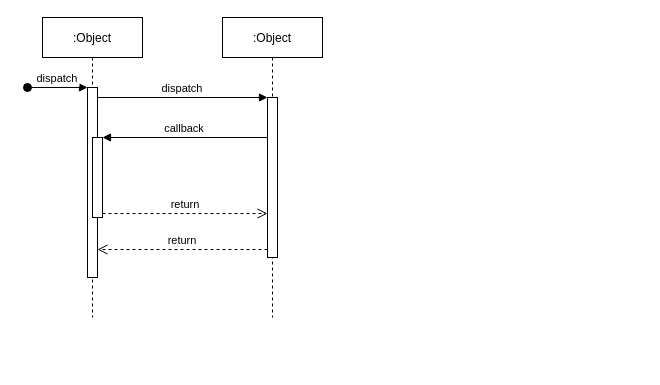
Hanandrof/Group-3-Repository keeps this draw.io diagram as Deliverables/Week_3/Use_Case/No_Account/Sequence Diagrams/NoAccountSignUp.drawio. Above is the earlier version. Source tidied: cells renumbered, new cells numbered last; positions are measured from the earlier drawing's top-left corner, leaving out a move shared by most shapes. Both pictures are drawn from the tidied source at 100%, with x=0, y=0 at pixel (27, 17).
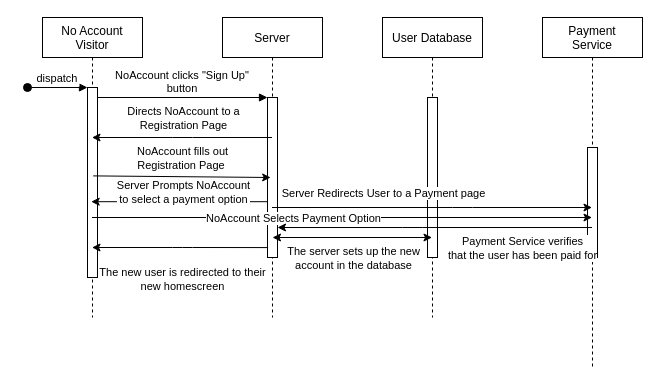
The same diagram, later.

The change refers to these unchanged cells:
```xml
<mxCell id="3" style="points=[];perimeter=orthogonalPerimeter;rounded=0;shadow=0;strokeWidth=1;" parent="2" vertex="1">
  <mxGeometry x="45" y="70" width="10" height="190" as="geometry" />
</mxCell>
<mxCell id="7" style="points=[];perimeter=orthogonalPerimeter;rounded=0;shadow=0;strokeWidth=1;" parent="6" vertex="1">
  <mxGeometry x="45" y="80" width="10" height="160" as="geometry" />
</mxCell>
```

Change to the diagram source:
```diff
@@
-    <mxCell id="2" value=":Object" style="shape=umlLifeline;perimeter=lifelinePerimeter;rounded=0;shadow=0;strokeWidth=1;" parent="1" vertex="1">
+    <mxCell id="2" value="No Account &#10;Visitor" style="shape=umlLifeline;perimeter=lifelinePerimeter;rounded=0;shadow=0;strokeWidth=1;" parent="1" vertex="1">
       <mxGeometry x="15" width="100" height="300" as="geometry" />
     </mxCell>
@@
-    <mxCell id="5" style="points=[];perimeter=orthogonalPerimeter;rounded=0;shadow=0;strokeWidth=1;" parent="2" vertex="1">
-      <mxGeometry x="50" y="120" width="10" height="80" as="geometry" />
-    </mxCell>
-    <mxCell id="6" value=":Object" style="shape=umlLifeline;perimeter=lifelinePerimeter;rounded=0;shadow=0;strokeWidth=1;" parent="1" vertex="1">
+    <mxCell id="6" value="Server" style="shape=umlLifeline;perimeter=lifelinePerimeter;rounded=0;shadow=0;strokeWidth=1;" parent="1" vertex="1">
       <mxGeometry x="195" width="100" height="300" as="geometry" />
     </mxCell>
@@
+    <mxCell id="9" value="NoAccount clicks &quot;Sign Up&quot;&#10;button" style="verticalAlign=bottom;endArrow=block;entryX=0;entryY=0;shadow=0;strokeWidth=1;" parent="1" edge="1" source="3" target="7">
+      <mxGeometry relative="1" as="geometry" />
+    </mxCell>
+    <mxCell id="12" value="User Database" style="shape=umlLifeline;perimeter=lifelinePerimeter;rounded=0;shadow=0;strokeWidth=1;" parent="1" vertex="1">
+      <mxGeometry x="355" width="100" height="300" as="geometry" />
+    </mxCell>
+    <mxCell id="13" style="perimeter=orthogonalPerimeter;rounded=0;shadow=0;strokeWidth=1;" parent="12" vertex="1">
+      <mxGeometry x="45" y="80" width="10" height="160" as="geometry" />
+    </mxCell>
+    <mxCell id="14" value="Payment &#10;Service" style="shape=umlLifeline;perimeter=lifelinePerimeter;rounded=0;shadow=0;strokeWidth=1;" parent="1" vertex="1">
+      <mxGeometry x="515" width="100" height="350" as="geometry" />
+    </mxCell>
+    <mxCell id="15" style="perimeter=orthogonalPerimeter;rounded=0;shadow=0;strokeWidth=1;" parent="14" vertex="1">
+      <mxGeometry x="45" y="130" width="10" height="110" as="geometry" />
+    </mxCell>
+    <mxCell id="16" style="endArrow=classic;html=1;" parent="1" edge="1" source="6" target="2">
+      <mxGeometry relative="1" as="geometry">
+        <Array as="points">
+          <mxPoint x="155" y="120" />
+        </Array>
+      </mxGeometry>
+    </mxCell>
+    <mxCell id="17" value="Directs NoAccount to a &lt;br&gt;Registration Page" style="edgeLabel;html=1;align=center;verticalAlign=middle;" parent="16" vertex="1">
+      <mxGeometry x="-0.14" y="1" relative="1" as="geometry">
+        <mxPoint x="-12.4" y="-21" as="offset" />
+      </mxGeometry>
+    </mxCell>
+    <mxCell id="18" style="endArrow=classic;html=1;exitX=0.507;exitY=0.528;exitDx=0;exitDy=0;exitPerimeter=0;entryX=0.314;entryY=0.5;entryDx=0;entryDy=0;entryPerimeter=0;" parent="1" edge="1" source="2" target="7">
+      <mxGeometry relative="1" as="geometry" />
+    </mxCell>
+    <mxCell id="19" value="NoAccount fills out &lt;br&gt;Registration Page&amp;nbsp;" style="edgeLabel;html=1;align=center;verticalAlign=middle;" parent="18" vertex="1">
+      <mxGeometry x="0.51" relative="1" as="geometry">
+        <mxPoint x="-45" y="-19.6" as="offset" />
+      </mxGeometry>
+    </mxCell>
-    <mxCell id="8" value="return" style="verticalAlign=bottom;endArrow=open;dashed=1;endSize=8;exitX=0;exitY=0.95;shadow=0;strokeWidth=1;" parent="1" edge="1" source="7" target="3">
+    <mxCell id="8" style="endArrow=classic;html=1;entryX=0.369;entryY=0.601;entryDx=0;entryDy=0;entryPerimeter=0;" parent="1" edge="1" source="7" target="3">
       <mxGeometry relative="1" as="geometry" />
     </mxCell>
-    <mxCell id="9" value="dispatch" style="verticalAlign=bottom;endArrow=block;entryX=0;entryY=0;shadow=0;strokeWidth=1;" parent="1" edge="1" source="3" target="7">
-      <mxGeometry relative="1" as="geometry" />
-    </mxCell>
-    <mxCell id="10" value="callback" style="verticalAlign=bottom;endArrow=block;entryX=1;entryY=0;shadow=0;strokeWidth=1;" parent="1" edge="1" source="7" target="5">
-      <mxGeometry relative="1" as="geometry" />
-    </mxCell>
-    <mxCell id="11" value="return" style="verticalAlign=bottom;endArrow=open;dashed=1;endSize=8;exitX=1;exitY=0.95;shadow=0;strokeWidth=1;" parent="1" edge="1" source="5" target="7">
-      <mxGeometry relative="1" as="geometry" />
-    </mxCell>
+    <mxCell id="20" value="Server Prompts NoAccount&lt;br&gt;to select a payment option" style="edgeLabel;html=1;align=center;verticalAlign=middle;" parent="8" vertex="1">
+      <mxGeometry x="0.09" y="2" relative="1" as="geometry">
+        <mxPoint x="11" y="-11.2" as="offset" />
+      </mxGeometry>
+    </mxCell>
+    <mxCell id="21" style="endArrow=classic;html=1;" parent="1" edge="1" source="2" target="14">
+      <mxGeometry relative="1" as="geometry">
+        <Array as="points">
+          <mxPoint x="325" y="200" />
+        </Array>
+      </mxGeometry>
+    </mxCell>
+    <mxCell id="22" value="NoAccount Selects Payment Option" style="edgeLabel;html=1;align=center;verticalAlign=middle;" parent="21" vertex="1">
+      <mxGeometry x="-0.82" relative="1" as="geometry">
+        <mxPoint x="155.5" as="offset" />
+      </mxGeometry>
+    </mxCell>
+    <mxCell id="23" style="endArrow=classic;html=1;" parent="1" edge="1" source="6" target="14">
+      <mxGeometry relative="1" as="geometry">
+        <Array as="points">
+          <mxPoint x="435" y="190" />
+        </Array>
+      </mxGeometry>
+    </mxCell>
+    <mxCell id="24" value="Server Redirects User to a Payment page" style="edgeLabel;html=1;align=center;verticalAlign=middle;" parent="23" vertex="1">
+      <mxGeometry x="-0.34" y="-1" relative="1" as="geometry">
+        <mxPoint x="4.9" y="-16" as="offset" />
+      </mxGeometry>
+    </mxCell>
+    <mxCell id="25" style="endArrow=classic;html=1;" parent="1" edge="1" source="14" target="7">
+      <mxGeometry relative="1" as="geometry">
+        <Array as="points">
+          <mxPoint x="385" y="210" />
+        </Array>
+      </mxGeometry>
+    </mxCell>
+    <mxCell id="26" value="Payment Service verifies&lt;br&gt;that the user has been paid for" style="edgeLabel;html=1;align=center;verticalAlign=middle;" parent="25" vertex="1">
+      <mxGeometry x="-0.13" y="1" relative="1" as="geometry">
+        <mxPoint x="67.1" y="19" as="offset" />
+      </mxGeometry>
+    </mxCell>
+    <mxCell id="27" style="endArrow=classic;html=1;exitX=0.058;exitY=0.938;exitDx=0;exitDy=0;exitPerimeter=0;" parent="1" edge="1" source="7" target="2">
+      <mxGeometry relative="1" as="geometry">
+        <Array as="points">
+          <mxPoint x="155" y="230" />
+        </Array>
+      </mxGeometry>
+    </mxCell>
+    <mxCell id="28" value="The new user is redirected to their&lt;br&gt;new homescreen" style="edgeLabel;html=1;align=center;verticalAlign=middle;" parent="27" vertex="1">
+      <mxGeometry x="0.21" relative="1" as="geometry">
+        <mxPoint x="20.9" y="31" as="offset" />
+      </mxGeometry>
+    </mxCell>
+    <mxCell id="29" style="endArrow=classic;startArrow=classic;html=1;" parent="1" edge="1" target="12">
+      <mxGeometry relative="1" as="geometry">
+        <mxPoint x="245" y="220" as="sourcePoint" />
+      </mxGeometry>
+    </mxCell>
+    <mxCell id="30" value="The server sets up the new&lt;br&gt;account in the database" style="edgeLabel;html=1;align=center;verticalAlign=middle;" parent="29" vertex="1">
+      <mxGeometry x="-0.09" relative="1" as="geometry">
+        <mxPoint x="7.4" y="20" as="offset" />
+      </mxGeometry>
+    </mxCell>
```
